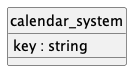
The PlantUML diagram doc/concepts/calendar_system/uml.png in contactopensource/contactopensource, before a commit. The source it was exported from:
```plantuml
@startuml uml
skinparam monochrome true
skinparam linetype ortho
hide circle

entity calendar_system {
    key : string
}

@enduml
```
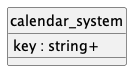
The same diagram one commit later.

The edit, as a diff of the source:
```diff
@@ -4,7 +4,7 @@
 hide circle
 
 entity calendar_system {
-    key : string
+    key : string+
 }
 
 @enduml
```
